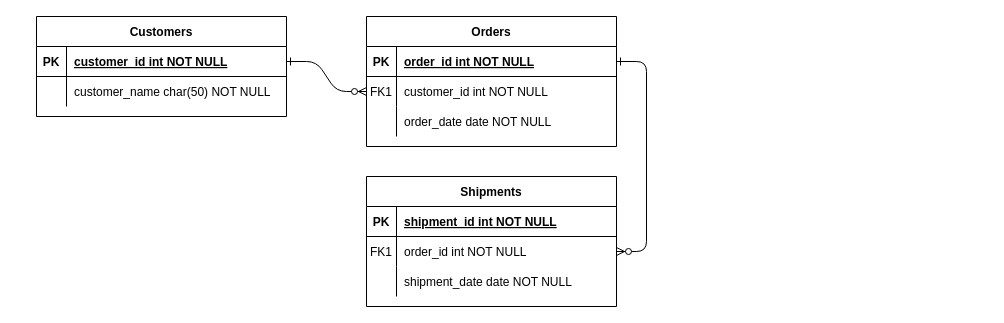
The draw.io diagram Untitled Diagram.drawio in JacobFrodermann/Q1-School-Jef, before the edit. Source tidied: cells renumbered, new cells numbered last; positions are measured from the earlier drawing's top-left corner, leaving out a move shared by most shapes. Both pictures are drawn from the tidied source at 100%, with x=0, y=0 at pixel (36, 16).
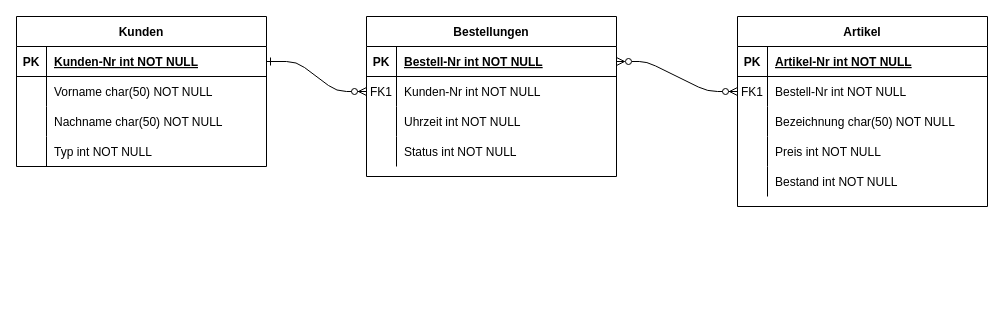
After the change.

Unchanged cells that the change refers to:
```xml
<mxCell id="5" style="shape=partialRectangle;fillColor=none;points=[[0,0.5],[1,0.5]];portConstraint=eastwest;top=0;left=0;right=0;bottom=1;" parent="4" vertex="1">
  <mxGeometry y="30" width="250" height="30" as="geometry" />
</mxCell>
<mxCell id="8" style="shape=partialRectangle;fillColor=none;points=[[0,0.5],[1,0.5]];portConstraint=eastwest;top=0;left=0;right=0;bottom=0;" parent="4" vertex="1">
  <mxGeometry y="60" width="250" height="30" as="geometry" />
</mxCell>
<mxCell id="11" style="shape=partialRectangle;fillColor=none;top=0;left=0;right=0;bottom=0;" parent="4" vertex="1">
  <mxGeometry y="90" width="250" height="30" as="geometry" />
</mxCell>
<mxCell id="15" style="shape=partialRectangle;fillColor=none;top=0;left=0;right=0;bottom=1;" parent="14" vertex="1">
  <mxGeometry y="30" width="250" height="30" as="geometry" />
</mxCell>
<mxCell id="18" style="shape=partialRectangle;fillColor=none;points=[[0,0.5],[1,0.5]];portConstraint=eastwest;top=0;left=0;right=0;bottom=0;" parent="14" vertex="1">
  <mxGeometry y="60" width="250" height="30" as="geometry" />
</mxCell>
<mxCell id="21" style="shape=partialRectangle;fillColor=none;top=0;left=0;right=0;bottom=0;" parent="14" vertex="1">
  <mxGeometry y="90" width="250" height="30" as="geometry" />
</mxCell>
<mxCell id="25" style="shape=partialRectangle;fillColor=none;points=[[0,0.5],[1,0.5]];portConstraint=eastwest;top=0;left=0;right=0;bottom=1;" parent="24" vertex="1">
  <mxGeometry y="30" width="250" height="30" as="geometry" />
</mxCell>
<mxCell id="28" style="shape=partialRectangle;fillColor=none;top=0;left=0;right=0;bottom=0;" parent="24" vertex="1">
  <mxGeometry y="60" width="250" height="30" as="geometry" />
</mxCell>
```

What changed in the source:
```diff
@@
-    <mxCell id="3" style="edgeStyle=entityRelationEdgeStyle;endArrow=ERzeroToMany;startArrow=ERone;endFill=1;startFill=0;" parent="1" edge="1" source="5" target="18">
+    <mxCell id="3" style="edgeStyle=entityRelationEdgeStyle;endArrow=ERzeroToMany;startArrow=ERzeroToMany;endFill=1;startFill=0;" parent="1" edge="1" source="5" target="18">
       <mxGeometry relative="1" as="geometry" />
     </mxCell>
-    <mxCell id="4" value="Orders" style="shape=table;startSize=30;childLayout=tableLayout;rowLines=0;fontStyle=1;align=center;" parent="1" vertex="1">
-      <mxGeometry x="330" width="250" height="130" as="geometry" />
+    <mxCell id="4" value="Bestellungen" style="shape=table;startSize=30;childLayout=tableLayout;rowLines=0;fontStyle=1;align=center;" parent="1" vertex="1">
+      <mxGeometry x="330" width="250" height="160" as="geometry" />
     </mxCell>
@@
-    <mxCell id="7" value="order_id int NOT NULL " style="shape=partialRectangle;overflow=hidden;fillColor=none;top=0;left=0;bottom=0;right=0;align=left;spacingLeft=6;fontStyle=5;" parent="5" vertex="1">
+    <mxCell id="7" value="Bestell-Nr int NOT NULL " style="shape=partialRectangle;overflow=hidden;fillColor=none;top=0;left=0;bottom=0;right=0;align=left;spacingLeft=6;fontStyle=5;" parent="5" vertex="1">
       <mxGeometry x="30" width="220" height="30" as="geometry" />
     </mxCell>
@@
-    <mxCell id="10" value="customer_id int NOT NULL" style="shape=partialRectangle;overflow=hidden;fillColor=none;top=0;left=0;bottom=0;right=0;align=left;spacingLeft=6;" parent="8" vertex="1">
+    <mxCell id="10" value="Kunden-Nr int NOT NULL" style="shape=partialRectangle;overflow=hidden;fillColor=none;top=0;left=0;bottom=0;right=0;align=left;spacingLeft=6;" parent="8" vertex="1">
       <mxGeometry x="30" width="220" height="30" as="geometry" />
     </mxCell>
@@
-    <mxCell id="13" value="order_date date NOT NULL" style="shape=partialRectangle;overflow=hidden;fillColor=none;top=0;left=0;bottom=0;right=0;align=left;spacingLeft=6;" parent="11" vertex="1">
+    <mxCell id="13" value="Uhrzeit int NOT NULL " style="shape=partialRectangle;overflow=hidden;fillColor=none;top=0;left=0;bottom=0;right=0;align=left;spacingLeft=6;" parent="11" vertex="1">
       <mxGeometry x="30" width="220" height="30" as="geometry" />
     </mxCell>
+    <mxCell id="31" style="shape=partialRectangle;fillColor=none;top=0;left=0;right=0;bottom=0;" parent="4" vertex="1">
+      <mxGeometry y="120" width="250" height="30" as="geometry" />
+    </mxCell>
+    <mxCell id="32" style="shape=partialRectangle;overflow=hidden;fillColor=none;top=0;left=0;bottom=0;right=0;" parent="31" vertex="1">
+      <mxGeometry width="30" height="30" as="geometry" />
+    </mxCell>
+    <mxCell id="33" value="Status int NOT NULL" style="shape=partialRectangle;overflow=hidden;fillColor=none;top=0;left=0;bottom=0;right=0;align=left;spacingLeft=6;" parent="31" vertex="1">
+      <mxGeometry x="30" width="220" height="30" as="geometry" />
+    </mxCell>
-    <mxCell id="14" value="Shipments" style="shape=table;startSize=30;childLayout=tableLayout;rowLines=0;fontStyle=1;align=center;" parent="1" vertex="1">
-      <mxGeometry x="330" y="160" width="250" height="130" as="geometry" />
+    <mxCell id="14" value="Artikel" style="shape=table;startSize=30;childLayout=tableLayout;rowLines=0;fontStyle=1;align=center;" parent="1" vertex="1">
+      <mxGeometry x="701" width="250" height="190" as="geometry" />
     </mxCell>
@@
-    <mxCell id="17" value="shipment_id int NOT NULL " style="shape=partialRectangle;overflow=hidden;fillColor=none;top=0;left=0;bottom=0;right=0;align=left;spacingLeft=6;fontStyle=5;" parent="15" vertex="1">
+    <mxCell id="17" value="Artikel-Nr int NOT NULL " style="shape=partialRectangle;overflow=hidden;fillColor=none;top=0;left=0;bottom=0;right=0;align=left;spacingLeft=6;fontStyle=5;" parent="15" vertex="1">
       <mxGeometry x="30" width="220" height="30" as="geometry" />
     </mxCell>
@@
-    <mxCell id="20" value="order_id int NOT NULL" style="shape=partialRectangle;overflow=hidden;fillColor=none;top=0;left=0;bottom=0;right=0;align=left;spacingLeft=6;" parent="18" vertex="1">
+    <mxCell id="20" value="Bestell-Nr int NOT NULL" style="shape=partialRectangle;overflow=hidden;fillColor=none;top=0;left=0;bottom=0;right=0;align=left;spacingLeft=6;" parent="18" vertex="1">
       <mxGeometry x="30" width="220" height="30" as="geometry" />
     </mxCell>
@@
-    <mxCell id="23" value="shipment_date date NOT NULL" style="shape=partialRectangle;overflow=hidden;fillColor=none;top=0;left=0;bottom=0;right=0;align=left;spacingLeft=6;" parent="21" vertex="1">
+    <mxCell id="23" value="Bezeichnung char(50) NOT NULL" style="shape=partialRectangle;overflow=hidden;fillColor=none;top=0;left=0;bottom=0;right=0;align=left;spacingLeft=6;" parent="21" vertex="1">
       <mxGeometry x="30" width="220" height="30" as="geometry" />
     </mxCell>
+    <mxCell id="34" style="shape=partialRectangle;fillColor=none;top=0;left=0;right=0;bottom=0;" parent="14" vertex="1">
+      <mxGeometry y="120" width="250" height="30" as="geometry" />
+    </mxCell>
+    <mxCell id="35" style="shape=partialRectangle;overflow=hidden;fillColor=none;top=0;left=0;bottom=0;right=0;" parent="34" vertex="1">
+      <mxGeometry width="30" height="30" as="geometry" />
+    </mxCell>
+    <mxCell id="36" value="Preis int NOT NULL" style="shape=partialRectangle;overflow=hidden;fillColor=none;top=0;left=0;bottom=0;right=0;align=left;spacingLeft=6;" parent="34" vertex="1">
+      <mxGeometry x="30" width="220" height="30" as="geometry" />
+    </mxCell>
+    <mxCell id="37" style="shape=partialRectangle;fillColor=none;top=0;left=0;right=0;bottom=0;" parent="14" vertex="1">
+      <mxGeometry y="150" width="250" height="30" as="geometry" />
+    </mxCell>
+    <mxCell id="38" style="shape=partialRectangle;overflow=hidden;fillColor=none;top=0;left=0;bottom=0;right=0;" parent="37" vertex="1">
+      <mxGeometry width="30" height="30" as="geometry" />
+    </mxCell>
+    <mxCell id="39" value="Bestand int NOT NULL" style="shape=partialRectangle;overflow=hidden;fillColor=none;top=0;left=0;bottom=0;right=0;align=left;spacingLeft=6;" parent="37" vertex="1">
+      <mxGeometry x="30" width="220" height="30" as="geometry" />
+    </mxCell>
-    <mxCell id="24" value="Customers" style="shape=table;startSize=30;childLayout=tableLayout;rowLines=0;fontStyle=1;align=center;" parent="1" vertex="1">
-      <mxGeometry width="250" height="100" as="geometry" />
+    <mxCell id="24" value="Kunden" style="shape=table;startSize=30;childLayout=tableLayout;rowLines=0;fontStyle=1;align=center;" parent="1" vertex="1">
+      <mxGeometry x="-20" width="250" height="150" as="geometry" />
     </mxCell>
@@
-    <mxCell id="27" value="customer_id int NOT NULL " style="shape=partialRectangle;overflow=hidden;fillColor=none;top=0;left=0;bottom=0;right=0;align=left;spacingLeft=6;fontStyle=5;" parent="25" vertex="1">
+    <mxCell id="27" value="Kunden-Nr int NOT NULL " style="shape=partialRectangle;overflow=hidden;fillColor=none;top=0;left=0;bottom=0;right=0;align=left;spacingLeft=6;fontStyle=5;" parent="25" vertex="1">
       <mxGeometry x="30" width="220" height="30" as="geometry" />
     </mxCell>
@@
-    <mxCell id="30" value="customer_name char(50) NOT NULL" style="shape=partialRectangle;overflow=hidden;fillColor=none;top=0;left=0;bottom=0;right=0;align=left;spacingLeft=6;" parent="28" vertex="1">
+    <mxCell id="30" value="Vorname char(50) NOT NULL   " style="shape=partialRectangle;overflow=hidden;fillColor=none;top=0;left=0;bottom=0;right=0;align=left;spacingLeft=6;" parent="28" vertex="1">
       <mxGeometry x="30" width="220" height="30" as="geometry" />
     </mxCell>
+    <mxCell id="40" style="shape=partialRectangle;fillColor=none;top=0;left=0;right=0;bottom=0;" parent="24" vertex="1">
+      <mxGeometry y="90" width="250" height="30" as="geometry" />
+    </mxCell>
+    <mxCell id="41" style="shape=partialRectangle;overflow=hidden;fillColor=none;top=0;left=0;bottom=0;right=0;" parent="40" vertex="1">
+      <mxGeometry width="30" height="30" as="geometry" />
+    </mxCell>
+    <mxCell id="42" value="Nachname char(50) NOT NULL   " style="shape=partialRectangle;overflow=hidden;fillColor=none;top=0;left=0;bottom=0;right=0;align=left;spacingLeft=6;" parent="40" vertex="1">
+      <mxGeometry x="30" width="220" height="30" as="geometry" />
+    </mxCell>
+    <mxCell id="43" style="shape=partialRectangle;fillColor=none;top=0;left=0;right=0;bottom=0;" parent="24" vertex="1">
+      <mxGeometry y="120" width="250" height="30" as="geometry" />
+    </mxCell>
+    <mxCell id="44" style="shape=partialRectangle;overflow=hidden;fillColor=none;top=0;left=0;bottom=0;right=0;" parent="43" vertex="1">
+      <mxGeometry width="30" height="30" as="geometry" />
+    </mxCell>
+    <mxCell id="45" value="Typ int NOT NULL   " style="shape=partialRectangle;overflow=hidden;fillColor=none;top=0;left=0;bottom=0;right=0;align=left;spacingLeft=6;" parent="43" vertex="1">
+      <mxGeometry x="30" width="220" height="30" as="geometry" />
+    </mxCell>
```
